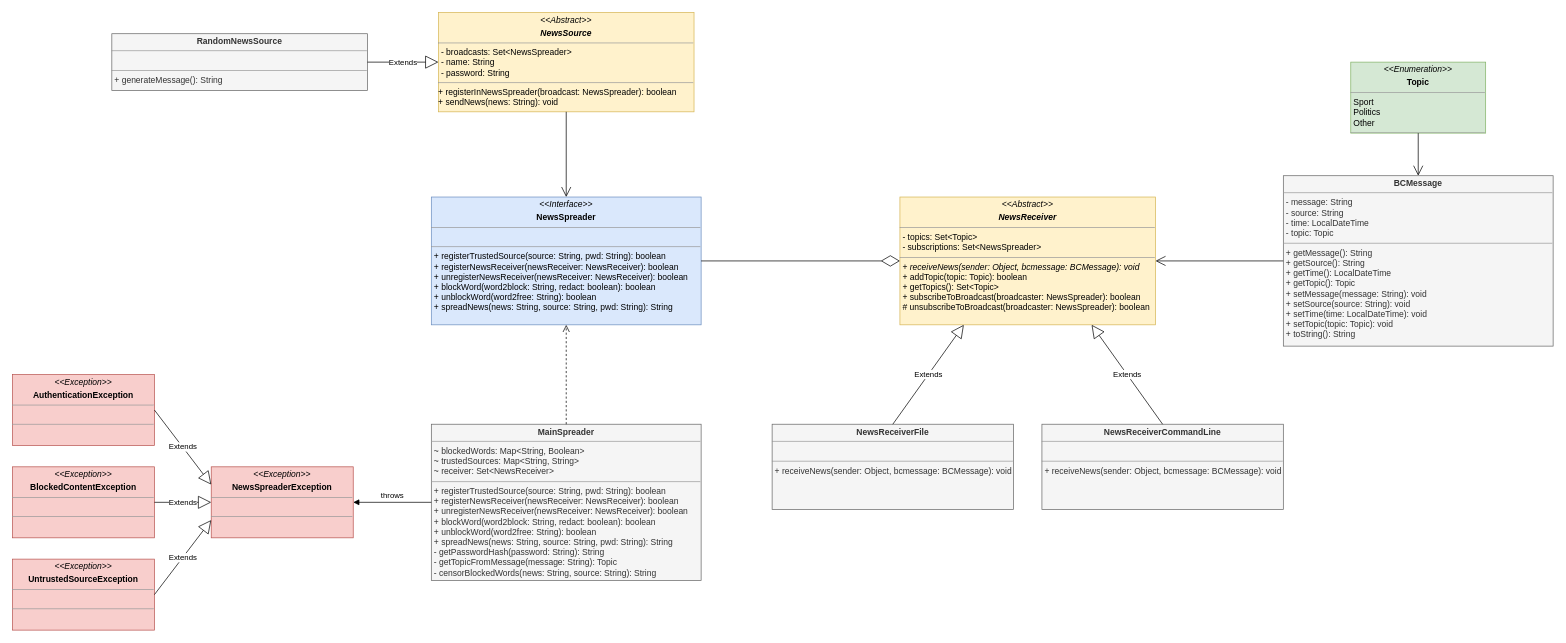
Above: doc/observer/img/a6_uml.drawio in Johannes-Baischer/SE-Assignments (draw.io), before the change. Source tidied: cells renumbered, new cells numbered last; positions are measured from the earlier drawing's top-left corner, leaving out a move shared by most shapes. Both pictures are drawn from the tidied source at 71%, with x=0, y=0 at pixel (12, 12).
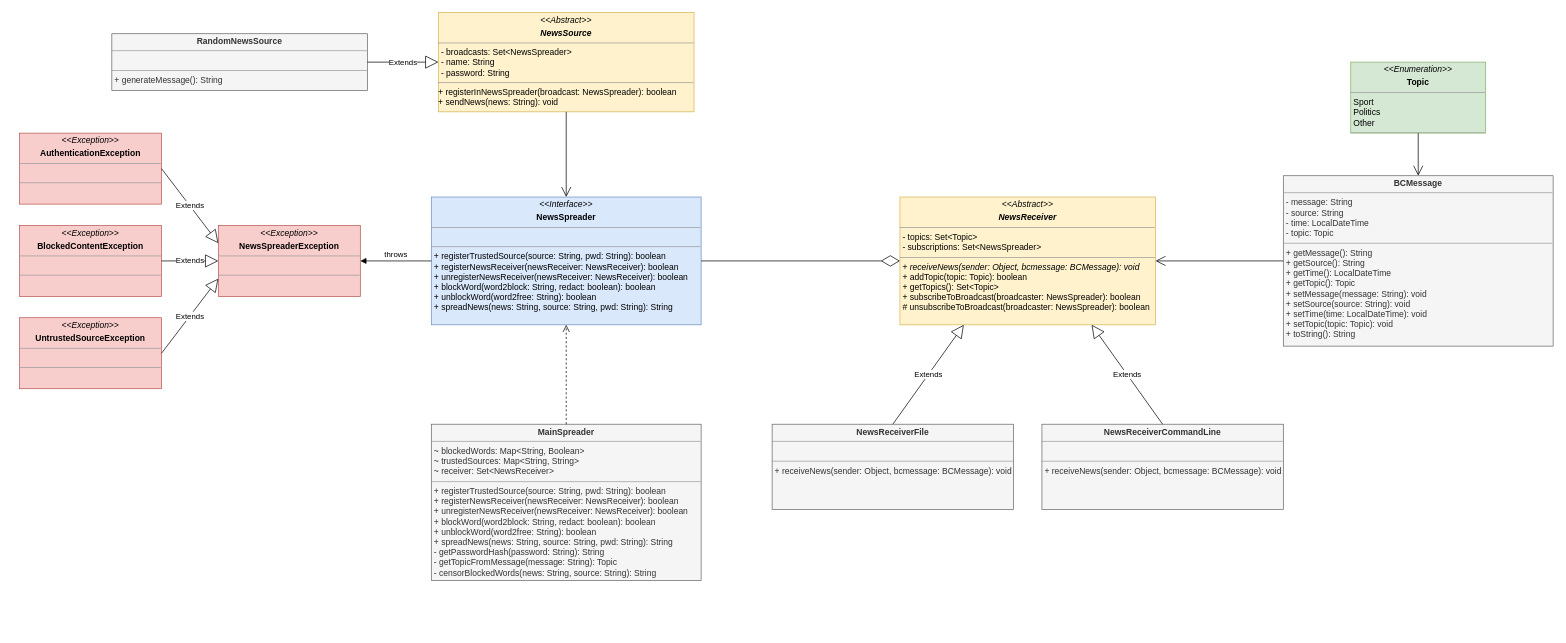
The same diagram, later.

Unchanged cells that the change refers to:
```xml
<mxCell id="14" value="&lt;p style=&quot;margin:0px;margin-top:4px;text-align:center;&quot;&gt;&lt;i&gt;&amp;lt;&amp;lt;Interface&amp;gt;&amp;gt;&lt;/i&gt;&lt;/p&gt;&lt;p style=&quot;margin:0px;margin-top:4px;text-align:center;&quot;&gt;&lt;b&gt;NewsSpreader&lt;/b&gt;&lt;br&gt;&lt;/p&gt;&lt;hr size=&quot;1&quot;&gt;&lt;p style=&quot;margin:0px;margin-left:4px;&quot;&gt;&lt;br&gt;&lt;/p&gt;&lt;hr size=&quot;1&quot;&gt;&lt;p style=&quot;margin:0px;margin-left:4px;&quot;&gt;+ registerTrustedSource(source: String, pwd: String): boolean&lt;br&gt;&lt;/p&gt;&lt;p style=&quot;margin:0px;margin-left:4px;&quot;&gt;+ registerNewsReceiver(newsReceiver: NewsReceiver): boolean&lt;br&gt;&lt;/p&gt;&lt;p style=&quot;margin:0px;margin-left:4px;&quot;&gt;+ &lt;span class=&quot;pl-en&quot;&gt;&lt;span data-hydro-click=&quot;{&amp;quot;event_type&amp;quot;:&amp;quot;code_navigation.click_on_symbol&amp;quot;,&amp;quot;payload&amp;quot;:{&amp;quot;action&amp;quot;:&amp;quot;click_on_symbol&amp;quot;,&amp;quot;repository_id&amp;quot;:570232512,&amp;quot;ref&amp;quot;:&amp;quot;main&amp;quot;,&amp;quot;language&amp;quot;:&amp;quot;Java&amp;quot;,&amp;quot;backend&amp;quot;:&amp;quot;ALEPH_FUZZY&amp;quot;,&amp;quot;code_nav_context&amp;quot;:&amp;quot;BLOB_VIEW&amp;quot;,&amp;quot;retry_backend&amp;quot;:&amp;quot;&amp;quot;,&amp;quot;cross_repo_results_included&amp;quot;:&amp;quot;CROSS_REPO_ENABLED&amp;quot;,&amp;quot;in_repo_result_count&amp;quot;:2,&amp;quot;cross_repo_result_count&amp;quot;:0,&amp;quot;originating_url&amp;quot;:&amp;quot;https://github.com/sweng-plus/a6-res-sew22-s1086240_s1054335/find-definition?q=unregisterNewsReceiver&amp;amp;blob_path=src%2Fmain%2Fjava%2Fobserver%2FNewsSpreader.java&amp;amp;ref=main&amp;amp;language=Java&amp;amp;row=29&amp;amp;col=16&amp;amp;code_nav_context=BLOB_VIEW&amp;quot;,&amp;quot;user_id&amp;quot;:63867211}}&quot; class=&quot;pl-token&quot;&gt;unregisterNewsReceiver&lt;/span&gt;&lt;/span&gt;(newsReceiver: NewsReceiver): boolean&lt;/p&gt;&lt;p style=&quot;margin:0px;margin-left:4px;&quot;&gt;+ blockWord(word2block: String, redact: boolean): boolean&lt;/p&gt;&lt;p style=&quot;margin:0px;margin-left:4px;&quot;&gt;+ unblockWord(word2free: String): boolean&lt;/p&gt;&lt;p style=&quot;margin:0px;margin-left:4px;&quot;&gt;+ spreadNews(news: String, source: String, pwd: String): String&lt;br&gt;&lt;/p&gt;" style="verticalAlign=top;align=left;overflow=fill;fontSize=12;fontFamily=Helvetica;html=1;fillColor=#dae8fc;strokeColor=#6c8ebf;" parent="1" vertex="1">
  <mxGeometry x="590" y="260" width="380" height="180" as="geometry" />
</mxCell>
<mxCell id="15" value="&lt;p style=&quot;margin:0px;margin-top:4px;text-align:center;&quot;&gt;&lt;b&gt;MainSpreader&lt;/b&gt;&lt;/p&gt;&lt;hr size=&quot;1&quot;&gt;&lt;p style=&quot;margin:0px;margin-left:4px;&quot;&gt;~ blockedWords: Map&amp;lt;String, Boolean&amp;gt;&lt;/p&gt;&lt;p style=&quot;margin:0px;margin-left:4px;&quot;&gt;~ trustedSources: Map&amp;lt;String, String&amp;gt;&lt;/p&gt;&lt;p style=&quot;margin:0px;margin-left:4px;&quot;&gt;~ receiver: Set&amp;lt;NewsReceiver&amp;gt;&lt;br&gt;&lt;/p&gt;&lt;hr size=&quot;1&quot;&gt;&lt;p style=&quot;margin:0px;margin-left:4px;&quot;&gt;+ registerTrustedSource(source: String, pwd: String): boolean&lt;/p&gt;&lt;p style=&quot;margin:0px;margin-left:4px;&quot;&gt;+ registerNewsReceiver(newsReceiver: NewsReceiver): boolean&lt;br&gt;&lt;/p&gt;&lt;p style=&quot;margin:0px;margin-left:4px;&quot;&gt;+ &lt;span class=&quot;pl-en&quot;&gt;&lt;span data-hydro-click=&quot;{&amp;quot;event_type&amp;quot;:&amp;quot;code_navigation.click_on_symbol&amp;quot;,&amp;quot;payload&amp;quot;:{&amp;quot;action&amp;quot;:&amp;quot;click_on_symbol&amp;quot;,&amp;quot;repository_id&amp;quot;:570232512,&amp;quot;ref&amp;quot;:&amp;quot;main&amp;quot;,&amp;quot;language&amp;quot;:&amp;quot;Java&amp;quot;,&amp;quot;backend&amp;quot;:&amp;quot;ALEPH_FUZZY&amp;quot;,&amp;quot;code_nav_context&amp;quot;:&amp;quot;BLOB_VIEW&amp;quot;,&amp;quot;retry_backend&amp;quot;:&amp;quot;&amp;quot;,&amp;quot;cross_repo_results_included&amp;quot;:&amp;quot;CROSS_REPO_ENABLED&amp;quot;,&amp;quot;in_repo_result_count&amp;quot;:2,&amp;quot;cross_repo_result_count&amp;quot;:0,&amp;quot;originating_url&amp;quot;:&amp;quot;https://github.com/sweng-plus/a6-res-sew22-s1086240_s1054335/find-definition?q=unregisterNewsReceiver&amp;amp;blob_path=src%2Fmain%2Fjava%2Fobserver%2FNewsSpreader.java&amp;amp;ref=main&amp;amp;language=Java&amp;amp;row=29&amp;amp;col=16&amp;amp;code_nav_context=BLOB_VIEW&amp;quot;,&amp;quot;user_id&amp;quot;:63867211}}&quot; class=&quot;pl-token&quot;&gt;unregisterNewsReceiver&lt;/span&gt;&lt;/span&gt;(newsReceiver: NewsReceiver): boolean&lt;/p&gt;&lt;p style=&quot;margin:0px;margin-left:4px;&quot;&gt;&lt;/p&gt;&lt;p style=&quot;margin:0px;margin-left:4px;&quot;&gt;+ blockWord(word2block: String, redact: boolean): boolean&lt;/p&gt;&lt;p style=&quot;margin:0px;margin-left:4px;&quot;&gt;+ unblockWord(word2free: String): boolean&lt;/p&gt;&lt;p style=&quot;margin:0px;margin-left:4px;&quot;&gt;&lt;/p&gt;&lt;p style=&quot;margin:0px;margin-left:4px;&quot;&gt;+ spreadNews(news: String, source: String, pwd: String): String&lt;/p&gt;&lt;p style=&quot;margin:0px;margin-left:4px;&quot;&gt;- getPasswordHash(password: String): String&lt;/p&gt;&lt;p style=&quot;margin:0px;margin-left:4px;&quot;&gt;- getTopicFromMessage(message: String): Topic&lt;/p&gt;&lt;p style=&quot;margin:0px;margin-left:4px;&quot;&gt;- censorBlockedWords(news: String, source: String): String&lt;br&gt;&lt;/p&gt;" style="verticalAlign=top;align=left;overflow=fill;fontSize=12;fontFamily=Helvetica;html=1;fillColor=#f5f5f5;fontColor=#333333;strokeColor=#666666;" parent="1" vertex="1">
  <mxGeometry x="590" y="580" width="380" height="220" as="geometry" />
</mxCell>
```

Change to the diagram source:
```diff
@@
     <mxCell id="2" value="&lt;p style=&quot;margin:0px;margin-top:4px;text-align:center;&quot;&gt;&lt;i&gt;&amp;lt;&amp;lt;Exception&amp;gt;&amp;gt;&lt;/i&gt;&lt;/p&gt;&lt;p style=&quot;margin:0px;margin-top:4px;text-align:center;&quot;&gt;&lt;b&gt;NewsSpreaderException&lt;/b&gt;&lt;br&gt;&lt;/p&gt;&lt;hr size=&quot;1&quot;&gt;&lt;p style=&quot;margin:0px;margin-left:4px;&quot;&gt;&lt;br&gt;&lt;/p&gt;&lt;hr size=&quot;1&quot;&gt;&lt;p style=&quot;margin:0px;margin-left:4px;&quot;&gt;&lt;br&gt;&lt;/p&gt;" style="verticalAlign=top;align=left;overflow=fill;fontSize=12;fontFamily=Helvetica;html=1;fillColor=#f8cecc;strokeColor=#b85450;" parent="1" vertex="1">
-      <mxGeometry x="280" y="640" width="200" height="100" as="geometry" />
+      <mxGeometry x="290" y="300" width="200" height="100" as="geometry" />
     </mxCell>
     <mxCell id="3" value="&lt;p style=&quot;margin:0px;margin-top:4px;text-align:center;&quot;&gt;&lt;i&gt;&amp;lt;&amp;lt;Exception&amp;gt;&amp;gt;&lt;/i&gt;&lt;/p&gt;&lt;p style=&quot;margin:0px;margin-top:4px;text-align:center;&quot;&gt;&lt;b&gt;AuthenticationException&lt;/b&gt;&lt;br&gt;&lt;/p&gt;&lt;hr size=&quot;1&quot;&gt;&lt;p style=&quot;margin:0px;margin-left:4px;&quot;&gt;&lt;br&gt;&lt;/p&gt;&lt;hr size=&quot;1&quot;&gt;&lt;p style=&quot;margin:0px;margin-left:4px;&quot;&gt;&lt;br&gt;&lt;/p&gt;" style="verticalAlign=top;align=left;overflow=fill;fontSize=12;fontFamily=Helvetica;html=1;fillColor=#f8cecc;strokeColor=#b85450;" parent="1" vertex="1">
-      <mxGeometry y="510" width="200" height="100" as="geometry" />
+      <mxGeometry x="10" y="170" width="200" height="100" as="geometry" />
     </mxCell>
     <mxCell id="4" value="&lt;p style=&quot;margin:0px;margin-top:4px;text-align:center;&quot;&gt;&lt;i&gt;&amp;lt;&amp;lt;Exception&amp;gt;&amp;gt;&lt;/i&gt;&lt;/p&gt;&lt;p style=&quot;margin:0px;margin-top:4px;text-align:center;&quot;&gt;&lt;b&gt;BlockedContentException&lt;/b&gt;&lt;br&gt;&lt;/p&gt;&lt;hr size=&quot;1&quot;&gt;&lt;p style=&quot;margin:0px;margin-left:4px;&quot;&gt;&lt;br&gt;&lt;/p&gt;&lt;hr size=&quot;1&quot;&gt;&lt;p style=&quot;margin:0px;margin-left:4px;&quot;&gt;&lt;br&gt;&lt;/p&gt;" style="verticalAlign=top;align=left;overflow=fill;fontSize=12;fontFamily=Helvetica;html=1;fillColor=#f8cecc;strokeColor=#b85450;" parent="1" vertex="1">
-      <mxGeometry y="640" width="200" height="100" as="geometry" />
+      <mxGeometry x="10" y="300" width="200" height="100" as="geometry" />
     </mxCell>
     <mxCell id="5" value="&lt;p style=&quot;margin:0px;margin-top:4px;text-align:center;&quot;&gt;&lt;i&gt;&amp;lt;&amp;lt;Exception&amp;gt;&amp;gt;&lt;/i&gt;&lt;/p&gt;&lt;p style=&quot;margin:0px;margin-top:4px;text-align:center;&quot;&gt;&lt;b&gt;UntrustedSourceException&lt;/b&gt;&lt;br&gt;&lt;/p&gt;&lt;hr size=&quot;1&quot;&gt;&lt;p style=&quot;margin:0px;margin-left:4px;&quot;&gt;&lt;br&gt;&lt;/p&gt;&lt;hr size=&quot;1&quot;&gt;&lt;p style=&quot;margin:0px;margin-left:4px;&quot;&gt;&lt;br&gt;&lt;/p&gt;" style="verticalAlign=top;align=left;overflow=fill;fontSize=12;fontFamily=Helvetica;html=1;fillColor=#f8cecc;strokeColor=#b85450;" parent="1" vertex="1">
-      <mxGeometry y="770" width="200" height="100" as="geometry" />
+      <mxGeometry x="10" y="430" width="200" height="100" as="geometry" />
     </mxCell>
@@
-    <mxCell id="24" value="throws" style="html=1;verticalAlign=bottom;endArrow=block;rounded=0;exitX=0;exitY=0.5;exitDx=0;exitDy=0;entryX=1;entryY=0.5;entryDx=0;entryDy=0;" parent="1" edge="1" source="15" target="2">
+    <mxCell id="24" value="throws" style="html=1;verticalAlign=bottom;endArrow=block;rounded=0;exitX=0;exitY=0.5;exitDx=0;exitDy=0;entryX=1;entryY=0.5;entryDx=0;entryDy=0;" parent="1" edge="1" source="14" target="2">
       <mxGeometry relative="1" as="geometry" />
     </mxCell>
```
